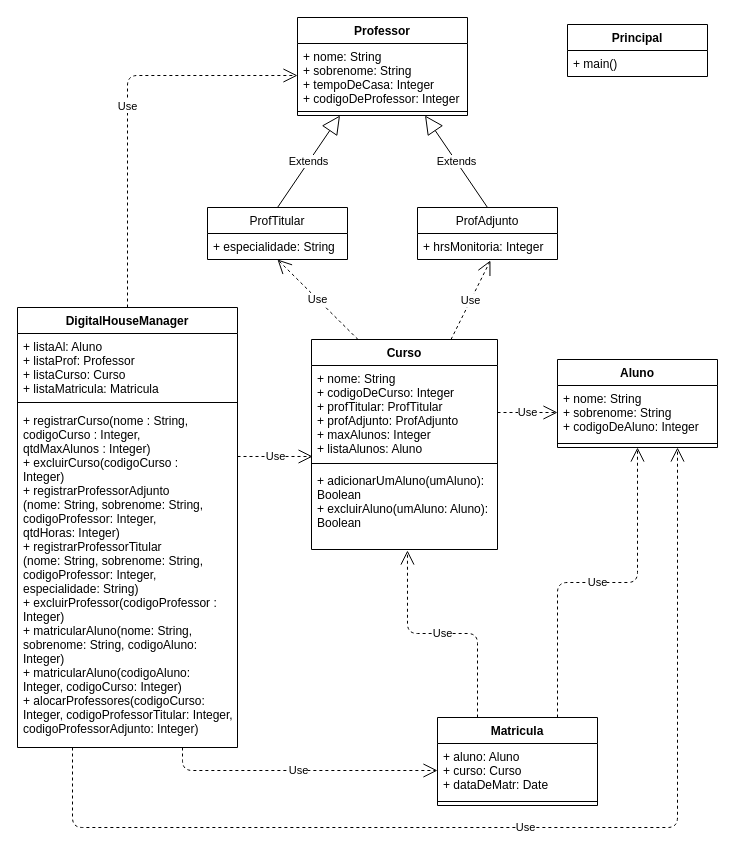
Above: UML/Parte J - UML.drawio in YtaloRDSP/Desafio-1 (draw.io), before the change. Source tidied: cells renumbered, new cells numbered last; positions are measured from the earlier drawing's top-left corner, leaving out a move shared by most shapes. Both pictures are drawn from the tidied source at 100%, with x=0, y=0 at pixel (17, 17).
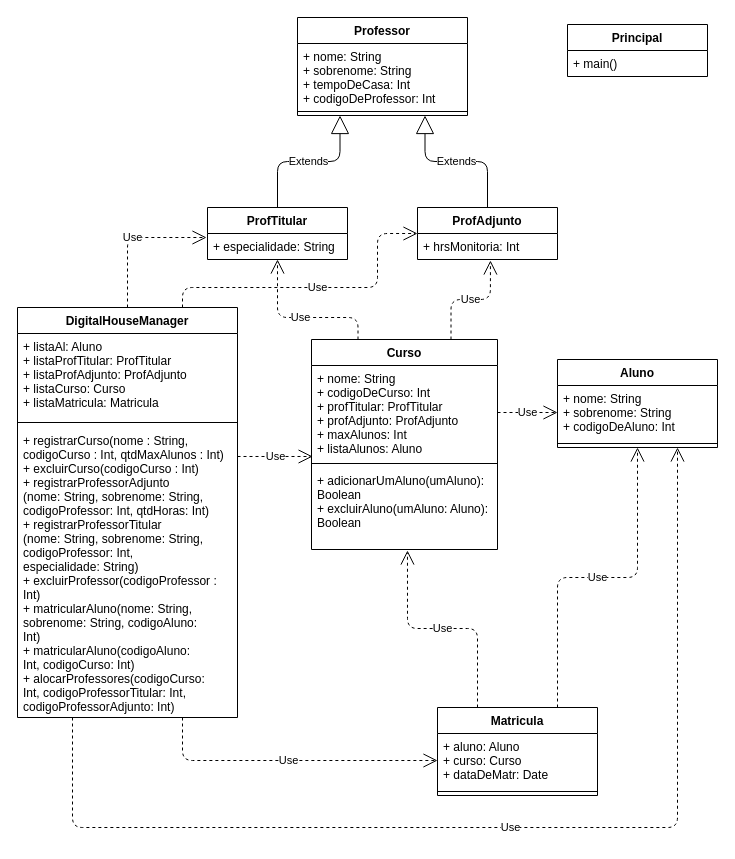
The same page after the edit.

Commit message (it also covers changes not shown here):
Parte J - Classe Principal

The change refers to these unchanged cells:
```xml
<mxCell id="2" value="Professor" style="swimlane;fontStyle=1;align=center;verticalAlign=top;horizontal=1;startSize=26;" parent="1" vertex="1">
  <mxGeometry x="280" width="170" height="98" as="geometry" />
</mxCell>
<mxCell id="8" value="+ especialidade: String" style="text;strokeColor=none;fillColor=none;align=left;verticalAlign=top;spacingLeft=4;spacingRight=4;overflow=hidden;points=[[0,0.5],[1,0.5]];portConstraint=eastwest;" parent="7" vertex="1">
  <mxGeometry y="26" width="140" height="26" as="geometry" />
</mxCell>
<mxCell id="11" value="Curso" style="swimlane;fontStyle=1;align=center;verticalAlign=top;horizontal=1;startSize=26;" parent="1" vertex="1">
  <mxGeometry x="294" y="322" width="186" height="210" as="geometry" />
</mxCell>
<mxCell id="16" value="Aluno" style="swimlane;fontStyle=1;align=center;verticalAlign=top;horizontal=1;startSize=26;" parent="1" vertex="1">
  <mxGeometry x="540" y="342" width="160" height="88" as="geometry" />
</mxCell>
```

What changed in the source:
```diff
@@
-    <mxCell id="3" value="+ nome: String&#10;+ sobrenome: String&#10;+ tempoDeCasa: Integer&#10;+ codigoDeProfessor: Integer" style="text;strokeColor=none;fillColor=none;align=left;verticalAlign=top;spacingLeft=4;spacingRight=4;overflow=hidden;points=[[0,0.5],[1,0.5]];portConstraint=eastwest;" parent="2" vertex="1">
+    <mxCell id="3" value="+ nome: String&#10;+ sobrenome: String&#10;+ tempoDeCasa: Int&#10;+ codigoDeProfessor: Int" style="text;strokeColor=none;fillColor=none;align=left;verticalAlign=top;spacingLeft=4;spacingRight=4;overflow=hidden;points=[[0,0.5],[1,0.5]];portConstraint=eastwest;" parent="2" vertex="1">
       <mxGeometry y="26" width="170" height="64" as="geometry" />
     </mxCell>
@@
-    <mxCell id="5" value="ProfAdjunto" style="swimlane;fontStyle=0;horizontal=1;startSize=26;fillColor=none;" parent="1" vertex="1">
+    <mxCell id="5" value="ProfAdjunto" style="swimlane;fontStyle=1;horizontal=1;startSize=26;fillColor=none;" parent="1" vertex="1">
       <mxGeometry x="400" y="190" width="140" height="52" as="geometry" />
     </mxCell>
-    <mxCell id="6" value="+ hrsMonitoria: Integer" style="text;strokeColor=none;fillColor=none;align=left;verticalAlign=top;spacingLeft=4;spacingRight=4;overflow=hidden;points=[[0,0.5],[1,0.5]];portConstraint=eastwest;" parent="5" vertex="1">
+    <mxCell id="6" value="+ hrsMonitoria: Int" style="text;strokeColor=none;fillColor=none;align=left;verticalAlign=top;spacingLeft=4;spacingRight=4;overflow=hidden;points=[[0,0.5],[1,0.5]];portConstraint=eastwest;" parent="5" vertex="1">
       <mxGeometry y="26" width="140" height="26" as="geometry" />
     </mxCell>
-    <mxCell id="7" value="ProfTitular" style="swimlane;fontStyle=0;horizontal=1;startSize=26;fillColor=none;" parent="1" vertex="1">
+    <mxCell id="7" value="ProfTitular" style="swimlane;fontStyle=1;horizontal=1;startSize=26;fillColor=none;" parent="1" vertex="1">
       <mxGeometry x="190" y="190" width="140" height="52" as="geometry" />
     </mxCell>
@@
-    <mxCell id="9" value="Extends" style="endArrow=block;endSize=16;endFill=0;html=1;exitX=0.5;exitY=0;exitDx=0;exitDy=0;entryX=0.25;entryY=1;entryDx=0;entryDy=0;" parent="1" edge="1" source="7" target="2">
+    <mxCell id="9" value="Extends" style="endArrow=block;endSize=16;endFill=0;html=1;exitX=0.5;exitY=0;exitDx=0;exitDy=0;entryX=0.25;entryY=1;entryDx=0;entryDy=0;edgeStyle=orthogonalEdgeStyle;" parent="1" edge="1" source="7" target="2">
       <mxGeometry relative="1" as="geometry" />
     </mxCell>
-    <mxCell id="10" value="Extends" style="endArrow=block;endSize=16;endFill=0;html=1;exitX=0.5;exitY=0;exitDx=0;exitDy=0;entryX=0.75;entryY=1;entryDx=0;entryDy=0;" parent="1" edge="1" source="5" target="2">
+    <mxCell id="10" value="Extends" style="endArrow=block;endSize=16;endFill=0;html=1;exitX=0.5;exitY=0;exitDx=0;exitDy=0;entryX=0.75;entryY=1;entryDx=0;entryDy=0;edgeStyle=orthogonalEdgeStyle;" parent="1" edge="1" source="5" target="2">
       <mxGeometry relative="1" as="geometry" />
     </mxCell>
@@
-    <mxCell id="12" value="+ nome: String&#10;+ codigoDeCurso: Integer&#10;+ profTitular: ProfTitular&#10;+ profAdjunto: ProfAdjunto&#10;+ maxAlunos: Integer&#10;+ listaAlunos: Aluno&#10;" style="text;strokeColor=none;fillColor=none;align=left;verticalAlign=top;spacingLeft=4;spacingRight=4;overflow=hidden;points=[[0,0.5],[1,0.5]];portConstraint=eastwest;" parent="11" vertex="1">
+    <mxCell id="12" value="+ nome: String&#10;+ codigoDeCurso: Int&#10;+ profTitular: ProfTitular&#10;+ profAdjunto: ProfAdjunto&#10;+ maxAlunos: Int&#10;+ listaAlunos: Aluno&#10;" style="text;strokeColor=none;fillColor=none;align=left;verticalAlign=top;spacingLeft=4;spacingRight=4;overflow=hidden;points=[[0,0.5],[1,0.5]];portConstraint=eastwest;" parent="11" vertex="1">
       <mxGeometry y="26" width="186" height="94" as="geometry" />
     </mxCell>
@@
-    <mxCell id="17" value="+ nome: String&#10;+ sobrenome: String&#10;+ codigoDeAluno: Integer" style="text;strokeColor=none;fillColor=none;align=left;verticalAlign=top;spacingLeft=4;spacingRight=4;overflow=hidden;points=[[0,0.5],[1,0.5]];portConstraint=eastwest;" parent="16" vertex="1">
+    <mxCell id="17" value="+ nome: String&#10;+ sobrenome: String&#10;+ codigoDeAluno: Int" style="text;strokeColor=none;fillColor=none;align=left;verticalAlign=top;spacingLeft=4;spacingRight=4;overflow=hidden;points=[[0,0.5],[1,0.5]];portConstraint=eastwest;" parent="16" vertex="1">
       <mxGeometry y="26" width="160" height="54" as="geometry" />
     </mxCell>
@@
-    <mxCell id="19" value="Use" style="endArrow=open;endSize=12;dashed=1;html=1;entryX=0.521;entryY=1.038;entryDx=0;entryDy=0;exitX=0.75;exitY=0;exitDx=0;exitDy=0;entryPerimeter=0;" parent="1" edge="1" source="11" target="6">
+    <mxCell id="19" value="Use" style="endArrow=open;endSize=12;dashed=1;html=1;entryX=0.521;entryY=1.038;entryDx=0;entryDy=0;exitX=0.75;exitY=0;exitDx=0;exitDy=0;entryPerimeter=0;edgeStyle=orthogonalEdgeStyle;" parent="1" edge="1" source="11" target="6">
       <mxGeometry relative="1" as="geometry" />
     </mxCell>
-    <mxCell id="20" value="Use" style="endArrow=open;endSize=12;dashed=1;html=1;entryX=0.5;entryY=1;entryDx=0;entryDy=0;exitX=0.25;exitY=0;exitDx=0;exitDy=0;entryPerimeter=0;" parent="1" edge="1" source="11" target="8">
-      <mxGeometry relative="1" as="geometry" />
+    <mxCell id="20" value="Use" style="endArrow=open;endSize=12;dashed=1;html=1;entryX=0.5;entryY=1;entryDx=0;entryDy=0;exitX=0.25;exitY=0;exitDx=0;exitDy=0;entryPerimeter=0;edgeStyle=orthogonalEdgeStyle;" parent="1" edge="1" source="11" target="8">
+      <mxGeometry relative="1" as="geometry">
+        <Array as="points">
+          <mxPoint x="341" y="300" />
+          <mxPoint x="260" y="300" />
+        </Array>
+      </mxGeometry>
     </mxCell>
@@
-    <mxCell id="22" value="Use" style="endArrow=open;endSize=12;dashed=1;html=1;exitX=0.5;exitY=0;exitDx=0;exitDy=0;entryX=0;entryY=0.5;entryDx=0;entryDy=0;edgeStyle=orthogonalEdgeStyle;" parent="1" edge="1" source="23" target="3">
+    <mxCell id="22" value="Use" style="endArrow=open;endSize=12;dashed=1;html=1;exitX=0.5;exitY=0;exitDx=0;exitDy=0;entryX=-0.007;entryY=0.154;entryDx=0;entryDy=0;edgeStyle=orthogonalEdgeStyle;entryPerimeter=0;" parent="1" edge="1" source="23" target="8">
       <mxGeometry relative="1" as="geometry" />
     </mxCell>
     <mxCell id="23" value="DigitalHouseManager" style="swimlane;fontStyle=1;align=center;verticalAlign=top;horizontal=1;startSize=26;" parent="1" vertex="1">
-      <mxGeometry y="290" width="220" height="440" as="geometry" />
+      <mxGeometry y="290" width="220" height="410" as="geometry" />
     </mxCell>
-    <mxCell id="24" value="+ listaAl: Aluno&#10;+ listaProf: Professor&#10;+ listaCurso: Curso&#10;+ listaMatricula: Matricula" style="text;strokeColor=none;fillColor=none;align=left;verticalAlign=top;spacingLeft=4;spacingRight=4;overflow=hidden;" parent="23" vertex="1">
-      <mxGeometry y="26" width="220" height="64" as="geometry" />
+    <mxCell id="24" value="+ listaAl: Aluno&#10;+ listaProfTitular: ProfTitular&#10;+ listaProfAdjunto: ProfAdjunto&#10;+ listaCurso: Curso&#10;+ listaMatricula: Matricula" style="text;strokeColor=none;fillColor=none;align=left;verticalAlign=top;spacingLeft=4;spacingRight=4;overflow=hidden;" parent="23" vertex="1">
+      <mxGeometry y="26" width="220" height="84" as="geometry" />
     </mxCell>
     <mxCell id="25" style="line;strokeWidth=1;fillColor=none;align=left;verticalAlign=middle;spacingTop=-1;spacingLeft=3;spacingRight=3;labelPosition=right;" parent="23" vertex="1">
-      <mxGeometry y="90" width="220" height="10" as="geometry" />
+      <mxGeometry y="110" width="220" height="10" as="geometry" />
     </mxCell>
-    <mxCell id="26" value="+ registrarCurso(nome : String, &#10;codigoCurso : Integer,&#10;qtdMaxAlunos : Integer)&#10;+ excluirCurso(codigoCurso :&#10;Integer)&#10;+ registrarProfessorAdjunto&#10;(nome: String, sobrenome: String,&#10;codigoProfessor: Integer,&#10;qtdHoras: Integer)&#10;+ registrarProfessorTitular&#10;(nome: String, sobrenome: String,&#10;codigoProfessor: Integer,&#10;especialidade: String)&#10;+ excluirProfessor(codigoProfessor :&#10;Integer)&#10;+ matricularAluno(nome: String,&#10;sobrenome: String, codigoAluno:&#10;Integer)&#10;+ matricularAluno(codigoAluno:&#10;Integer, codigoCurso: Integer)&#10;+ alocarProfessores(codigoCurso:&#10;Integer, codigoProfessorTitular: Integer,&#10;codigoProfessorAdjunto: Integer)" style="text;strokeColor=none;fillColor=none;align=left;verticalAlign=top;spacingLeft=4;spacingRight=4;overflow=hidden;" parent="23" vertex="1">
-      <mxGeometry y="100" width="220" height="340" as="geometry" />
+    <mxCell id="26" value="+ registrarCurso(nome : String, &#10;codigoCurso : Int, qtdMaxAlunos : Int)&#10;+ excluirCurso(codigoCurso : Int)&#10;+ registrarProfessorAdjunto&#10;(nome: String, sobrenome: String,&#10;codigoProfessor: Int, qtdHoras: Int)&#10;+ registrarProfessorTitular&#10;(nome: String, sobrenome: String,&#10;codigoProfessor: Int, &#10;especialidade: String)&#10;+ excluirProfessor(codigoProfessor :&#10;Int)&#10;+ matricularAluno(nome: String,&#10;sobrenome: String, codigoAluno:&#10;Int)&#10;+ matricularAluno(codigoAluno:&#10;Int, codigoCurso: Int)&#10;+ alocarProfessores(codigoCurso:&#10;Int, codigoProfessorTitular: Int,&#10;codigoProfessorAdjunto: Int)" style="text;strokeColor=none;fillColor=none;align=left;verticalAlign=top;spacingLeft=4;spacingRight=4;overflow=hidden;" parent="23" vertex="1">
+      <mxGeometry y="120" width="220" height="290" as="geometry" />
     </mxCell>
@@
+    <mxCell id="34" value="Principal" style="swimlane;fontStyle=1;horizontal=1;startSize=26;fillColor=none;" parent="1" vertex="1">
+      <mxGeometry x="550" y="7" width="140" height="52" as="geometry" />
+    </mxCell>
+    <mxCell id="35" value="+ main()" style="text;strokeColor=none;fillColor=none;align=left;verticalAlign=top;spacingLeft=4;spacingRight=4;overflow=hidden;" parent="34" vertex="1">
+      <mxGeometry y="26" width="140" height="26" as="geometry" />
+    </mxCell>
+    <mxCell id="36" value="Use" style="endArrow=open;endSize=12;dashed=1;html=1;exitX=0.75;exitY=0;exitDx=0;exitDy=0;entryX=0;entryY=0.5;entryDx=0;entryDy=0;edgeStyle=orthogonalEdgeStyle;" parent="1" edge="1" source="23" target="5">
+      <mxGeometry relative="1" as="geometry">
+        <Array as="points">
+          <mxPoint x="165" y="270" />
+          <mxPoint x="360" y="270" />
+          <mxPoint x="360" y="216" />
+        </Array>
+      </mxGeometry>
+    </mxCell>
     <mxCell id="31" value="Matricula" style="swimlane;fontStyle=1;align=center;verticalAlign=top;horizontal=1;startSize=26;" parent="1" vertex="1">
-      <mxGeometry x="420" y="700" width="160" height="88" as="geometry" />
+      <mxGeometry x="420" y="690" width="160" height="88" as="geometry" />
     </mxCell>
@@
-    <mxCell id="34" value="Principal" style="swimlane;fontStyle=1;horizontal=1;startSize=26;fillColor=none;" parent="1" vertex="1">
-      <mxGeometry x="550" y="7" width="140" height="52" as="geometry" />
-    </mxCell>
-    <mxCell id="35" value="+ main()" style="text;strokeColor=none;fillColor=none;align=left;verticalAlign=top;spacingLeft=4;spacingRight=4;overflow=hidden;" parent="34" vertex="1">
-      <mxGeometry y="26" width="140" height="26" as="geometry" />
-    </mxCell>
```
